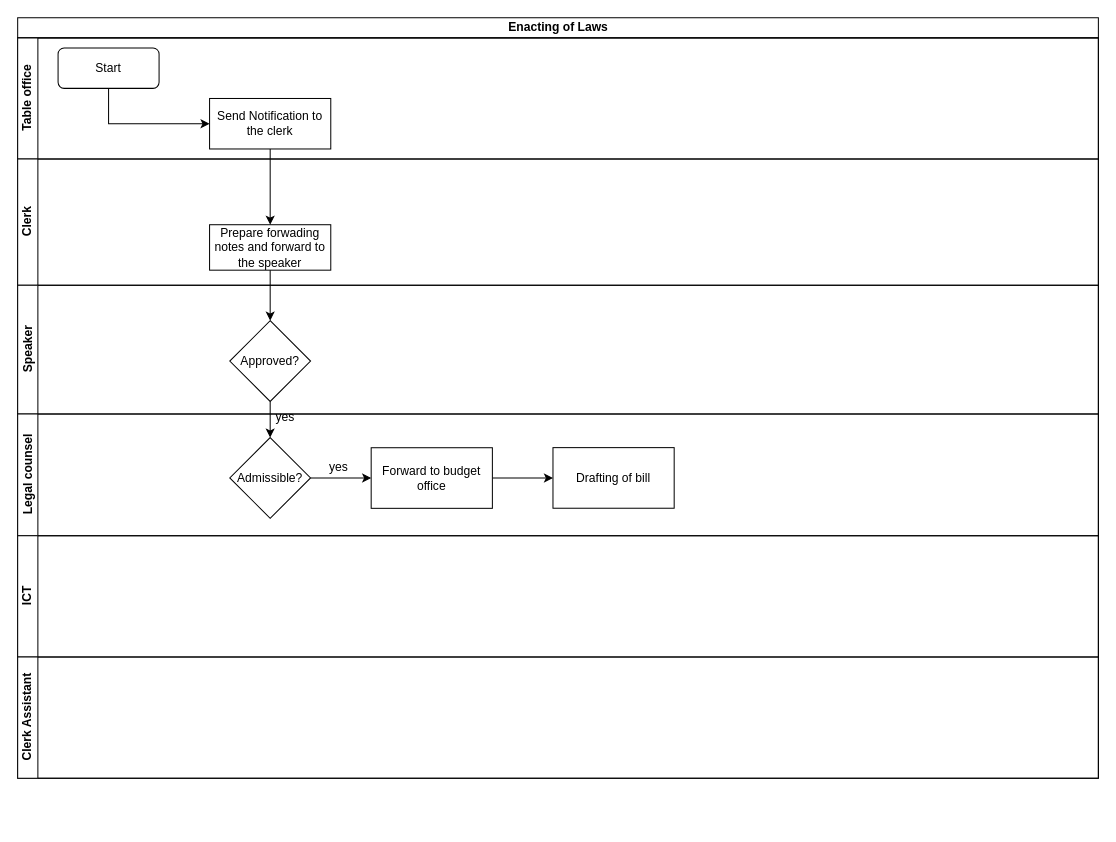
Before: Enacting of Laws.drawio in kmagua/flowcharts, a draw.io diagram. Source tidied: cells renumbered, new cells numbered last; positions are measured from the earlier drawing's top-left corner, leaving out a move shared by most shapes. Both pictures are drawn from the tidied source at 101%, with x=0, y=0 at pixel (17, 17).
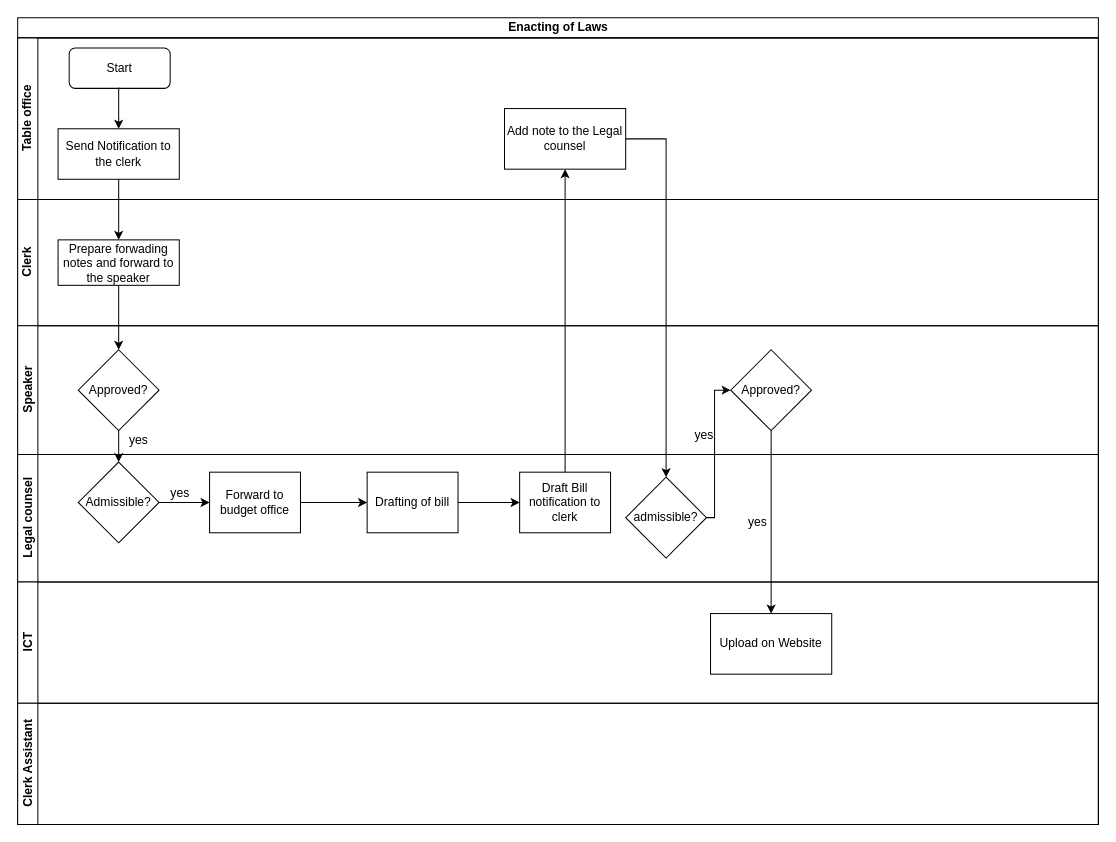
The same page after the edit.

Change to the diagram source:
```diff
@@
     <mxCell id="2" value="Enacting of Laws" style="swimlane;html=1;horizontal=1;startSize=20;" parent="1" vertex="1">
-      <mxGeometry width="1070" height="753" as="geometry" />
+      <mxGeometry width="1070" height="798.8" as="geometry" />
     </mxCell>
     <mxCell id="3" value="Table office" style="swimlane;html=1;startSize=20;horizontal=0;" parent="2" vertex="1">
-      <mxGeometry y="20" width="1070" height="120" as="geometry" />
+      <mxGeometry y="20" width="1070" height="160" as="geometry" />
     </mxCell>
     <mxCell id="4" value="Start" style="rounded=1;whiteSpace=wrap;html=1;" parent="3" vertex="1">
-      <mxGeometry x="40" y="10" width="100" height="40" as="geometry" />
+      <mxGeometry x="51" y="10" width="100" height="40" as="geometry" />
     </mxCell>
-    <mxCell id="5" style="edgeStyle=orthogonalEdgeStyle;rounded=0;jettySize=auto;html=1;entryX=0;entryY=0.5;entryDx=0;entryDy=0;" parent="3" edge="1" source="4" target="6">
+    <mxCell id="5" style="edgeStyle=orthogonalEdgeStyle;rounded=0;jettySize=auto;html=1;entryX=0.5;entryY=0;entryDx=0;entryDy=0;exitX=0.5;exitY=1;exitDx=0;exitDy=0;" parent="3" edge="1" source="4" target="6">
       <mxGeometry relative="1" as="geometry">
         <Array as="points">
-          <mxPoint x="90" y="85" />
+          <mxPoint x="100" y="50" />
         </Array>
       </mxGeometry>
     </mxCell>
+    <mxCell id="24" value="Add note to the Legal counsel" style="rounded=0;whiteSpace=wrap;html=1;" parent="3" vertex="1">
+      <mxGeometry x="482" y="70" width="120" height="60" as="geometry" />
+    </mxCell>
     <mxCell id="6" value="Send Notification to the clerk" style="rounded=0;whiteSpace=wrap;html=1;" parent="3" vertex="1">
-      <mxGeometry x="190" y="60" width="120" height="50" as="geometry" />
+      <mxGeometry x="40" y="90" width="120" height="50" as="geometry" />
     </mxCell>
     <mxCell id="7" value="Clerk" style="swimlane;html=1;startSize=20;horizontal=0;" parent="2" vertex="1">
-      <mxGeometry y="140" width="1070" height="125" as="geometry" />
+      <mxGeometry y="180" width="1070" height="125" as="geometry" />
     </mxCell>
     <mxCell id="8" value="Prepare forwading notes and forward to the speaker" style="whiteSpace=wrap;html=1;rounded=0;" parent="7" vertex="1">
-      <mxGeometry x="190" y="65" width="120" height="45" as="geometry" />
+      <mxGeometry x="40" y="40" width="120" height="45" as="geometry" />
     </mxCell>
     <mxCell id="9" value="Speaker" style="swimlane;html=1;startSize=20;horizontal=0;" parent="2" vertex="1">
-      <mxGeometry y="265" width="1070" height="127.5" as="geometry" />
+      <mxGeometry y="305" width="1070" height="127.5" as="geometry" />
     </mxCell>
+    <mxCell id="25" value="Approved?" style="rhombus;whiteSpace=wrap;html=1;rounded=0;" parent="9" vertex="1">
+      <mxGeometry x="706" y="23.8" width="80" height="80" as="geometry" />
+    </mxCell>
     <mxCell id="10" value="Approved?" style="rhombus;whiteSpace=wrap;html=1;rounded=0;" parent="9" vertex="1">
-      <mxGeometry x="210" y="35" width="80" height="80" as="geometry" />
+      <mxGeometry x="60" y="23.8" width="80" height="80" as="geometry" />
     </mxCell>
+    <mxCell id="26" value="yes" style="text;html=1;strokeColor=none;fillColor=none;align=center;verticalAlign=middle;whiteSpace=wrap;rounded=0;" parent="9" vertex="1">
+      <mxGeometry x="660" y="99" width="40" height="20" as="geometry" />
+    </mxCell>
+    <mxCell id="12" value="yes" style="text;html=1;strokeColor=none;fillColor=none;align=center;verticalAlign=middle;whiteSpace=wrap;rounded=0;" parent="9" vertex="1">
+      <mxGeometry x="100" y="103.8" width="40" height="20" as="geometry" />
+    </mxCell>
     <mxCell id="11" value="Legal counsel" style="swimlane;html=1;startSize=20;horizontal=0;" parent="2" vertex="1">
-      <mxGeometry y="392.5" width="1070" height="120.5" as="geometry" />
+      <mxGeometry y="432.5" width="1070" height="126.2" as="geometry" />
     </mxCell>
-    <mxCell id="12" value="yes" style="text;html=1;strokeColor=none;fillColor=none;align=center;verticalAlign=middle;whiteSpace=wrap;rounded=0;" parent="11" vertex="1">
-      <mxGeometry x="245" y="-6.5" width="40" height="20" as="geometry" />
-    </mxCell>
+    <mxCell id="27" value="Draft Bill notification to clerk" style="whiteSpace=wrap;html=1;rounded=0;" parent="11" vertex="1">
+      <mxGeometry x="497" y="17.5" width="90" height="60" as="geometry" />
+    </mxCell>
     <mxCell id="13" value="Drafting of bill" style="whiteSpace=wrap;html=1;rounded=0;" parent="11" vertex="1">
-      <mxGeometry x="530" y="33.2" width="120" height="60" as="geometry" />
+      <mxGeometry x="346" y="17.5" width="90" height="60" as="geometry" />
     </mxCell>
+    <mxCell id="22" value="Forward to budget office" style="whiteSpace=wrap;html=1;rounded=0;" parent="11" vertex="1">
+      <mxGeometry x="190" y="17.5" width="90" height="60" as="geometry" />
+    </mxCell>
     <mxCell id="14" value="Admissible?" style="rhombus;whiteSpace=wrap;html=1;rounded=0;" parent="11" vertex="1">
-      <mxGeometry x="210" y="23.2" width="80" height="80" as="geometry" />
+      <mxGeometry x="60" y="7.5" width="80" height="80" as="geometry" />
     </mxCell>
+    <mxCell id="28" style="edgeStyle=orthogonalEdgeStyle;rounded=0;jettySize=auto;html=1;" parent="11" edge="1" source="13" target="27">
+      <mxGeometry relative="1" as="geometry" />
+    </mxCell>
+    <mxCell id="21" style="edgeStyle=orthogonalEdgeStyle;rounded=0;jettySize=auto;html=1;" parent="11" edge="1" source="22" target="13">
+      <mxGeometry relative="1" as="geometry">
+        <Array as="points">
+          <mxPoint x="420" y="48" />
+          <mxPoint x="420" y="63" />
+        </Array>
+      </mxGeometry>
+    </mxCell>
     <mxCell id="15" value="yes" style="text;html=1;strokeColor=none;fillColor=none;align=center;verticalAlign=middle;whiteSpace=wrap;rounded=0;" parent="11" vertex="1">
-      <mxGeometry x="298" y="42.5" width="40" height="20" as="geometry" />
+      <mxGeometry x="141" y="28.5" width="40" height="20" as="geometry" />
     </mxCell>
+    <mxCell id="23" style="edgeStyle=orthogonalEdgeStyle;rounded=0;jettySize=auto;html=1;entryX=0;entryY=0.5;entryDx=0;entryDy=0;" parent="11" edge="1" source="14" target="22">
+      <mxGeometry relative="1" as="geometry" />
+    </mxCell>
+    <mxCell id="29" value="admissible?" style="rhombus;whiteSpace=wrap;html=1;rounded=0;" parent="11" vertex="1">
+      <mxGeometry x="602" y="22.5" width="80" height="80" as="geometry" />
+    </mxCell>
+    <mxCell id="30" value="yes" style="text;html=1;strokeColor=none;fillColor=none;align=center;verticalAlign=middle;whiteSpace=wrap;rounded=0;" parent="11" vertex="1">
+      <mxGeometry x="713" y="57.5" width="40" height="20" as="geometry" />
+    </mxCell>
     <mxCell id="16" value="ICT" style="swimlane;html=1;startSize=20;horizontal=0;" parent="2" vertex="1">
-      <mxGeometry y="513" width="1070" height="120" as="geometry" />
+      <mxGeometry y="558.8" width="1070" height="120" as="geometry" />
     </mxCell>
+    <mxCell id="31" value="Upload on Website" style="whiteSpace=wrap;html=1;rounded=0;" parent="16" vertex="1">
+      <mxGeometry x="686" y="31.2" width="120" height="60" as="geometry" />
+    </mxCell>
     <mxCell id="17" value="Clerk Assistant" style="swimlane;html=1;startSize=20;horizontal=0;" parent="2" vertex="1">
-      <mxGeometry y="633" width="1070" height="120" as="geometry" />
+      <mxGeometry y="678.8" width="1070" height="120" as="geometry" />
     </mxCell>
@@
-    <mxCell id="21" style="edgeStyle=orthogonalEdgeStyle;rounded=0;jettySize=auto;html=1;" parent="1" edge="1" source="22" target="13">
-      <mxGeometry relative="1" as="geometry" />
-    </mxCell>
-    <mxCell id="22" value="Forward to budget office" style="whiteSpace=wrap;html=1;rounded=0;" parent="1" vertex="1">
-      <mxGeometry x="350" y="425.8" width="120" height="60" as="geometry" />
-    </mxCell>
-    <mxCell id="23" style="edgeStyle=orthogonalEdgeStyle;rounded=0;jettySize=auto;html=1;" parent="1" edge="1" source="14" target="22">
-      <mxGeometry relative="1" as="geometry" />
-    </mxCell>
+    <mxCell id="32" style="edgeStyle=orthogonalEdgeStyle;rounded=0;jettySize=auto;html=1;entryX=0.5;entryY=1;entryDx=0;entryDy=0;" parent="2" edge="1" source="27" target="24">
+      <mxGeometry relative="1" as="geometry" />
+    </mxCell>
+    <mxCell id="33" style="edgeStyle=orthogonalEdgeStyle;rounded=0;jettySize=auto;html=1;" parent="2" edge="1" source="24" target="29">
+      <mxGeometry relative="1" as="geometry">
+        <Array as="points">
+          <mxPoint x="642" y="120" />
+        </Array>
+      </mxGeometry>
+    </mxCell>
+    <mxCell id="34" style="edgeStyle=orthogonalEdgeStyle;rounded=0;jettySize=auto;html=1;entryX=0;entryY=0.5;entryDx=0;entryDy=0;" parent="2" edge="1" source="29" target="25">
+      <mxGeometry relative="1" as="geometry">
+        <Array as="points">
+          <mxPoint x="690" y="495" />
+          <mxPoint x="690" y="369" />
+        </Array>
+      </mxGeometry>
+    </mxCell>
+    <mxCell id="35" style="edgeStyle=orthogonalEdgeStyle;rounded=0;jettySize=auto;html=1;" parent="2" edge="1" source="25" target="31">
+      <mxGeometry relative="1" as="geometry" />
+    </mxCell>
```
